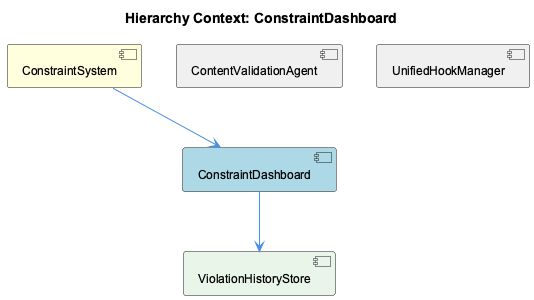
Before: knowledge-management/insights/images/constraint-dashboard-relationship.png, a diagram exported from PlantUML (fwornle/coding). Source of this version:
```plantuml
@startuml
!include _standard-style.puml

title Hierarchy Context: ConstraintDashboard

[ConstraintSystem] as constraint_system #FFFFDD
[ConstraintDashboard] as constraint_dashboard #LightBlue
[ContentValidationAgent] as content_validation_agent #F0F0F0
[UnifiedHookManager] as unified_hook_manager #F0F0F0
[ViolationHistoryStore] as violation_history_store #E8F5E8

constraint_system --> constraint_dashboard
content_validation_agent -[hidden]- constraint_dashboard
unified_hook_manager -[hidden]- constraint_dashboard
constraint_dashboard --> violation_history_store

@enduml
```
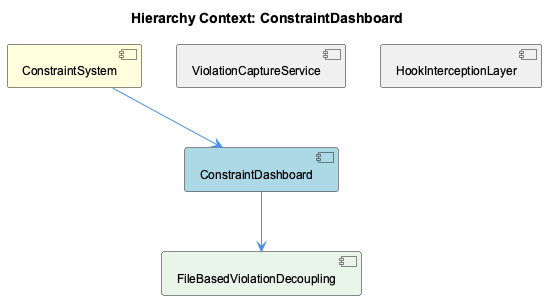
Above is the later version.

Change to the diagram source:
```diff
@@ -5,13 +5,13 @@
 
 [ConstraintSystem] as constraint_system #FFFFDD
 [ConstraintDashboard] as constraint_dashboard #LightBlue
-[ContentValidationAgent] as content_validation_agent #F0F0F0
-[UnifiedHookManager] as unified_hook_manager #F0F0F0
-[ViolationHistoryStore] as violation_history_store #E8F5E8
+[ViolationCaptureService] as violation_capture_service #F0F0F0
+[HookInterceptionLayer] as hook_interception_layer #F0F0F0
+[FileBasedViolationDecoupling] as file_based_violation_decoupling #E8F5E8
 
 constraint_system --> constraint_dashboard
-content_validation_agent -[hidden]- constraint_dashboard
-unified_hook_manager -[hidden]- constraint_dashboard
-constraint_dashboard --> violation_history_store
+violation_capture_service -[hidden]- constraint_dashboard
+hook_interception_layer -[hidden]- constraint_dashboard
+constraint_dashboard --> file_based_violation_decoupling
 
 @enduml
```
